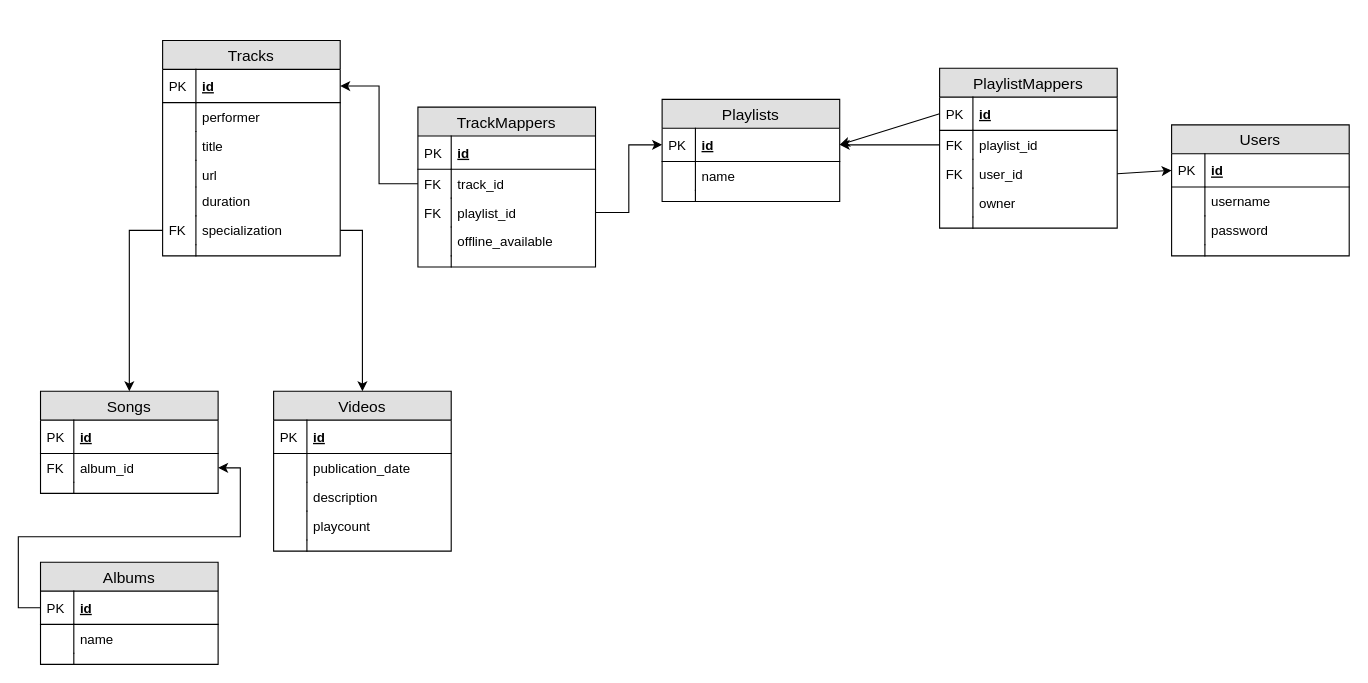
The draw.io diagram Docs/db.drawio in lthoedt/spotitube, before the edit. Source tidied: cells renumbered, new cells numbered last; positions are measured from the earlier drawing's top-left corner, leaving out a move shared by most shapes. Both pictures are drawn from the tidied source at 111%, with x=0, y=0 at pixel (40, 40).
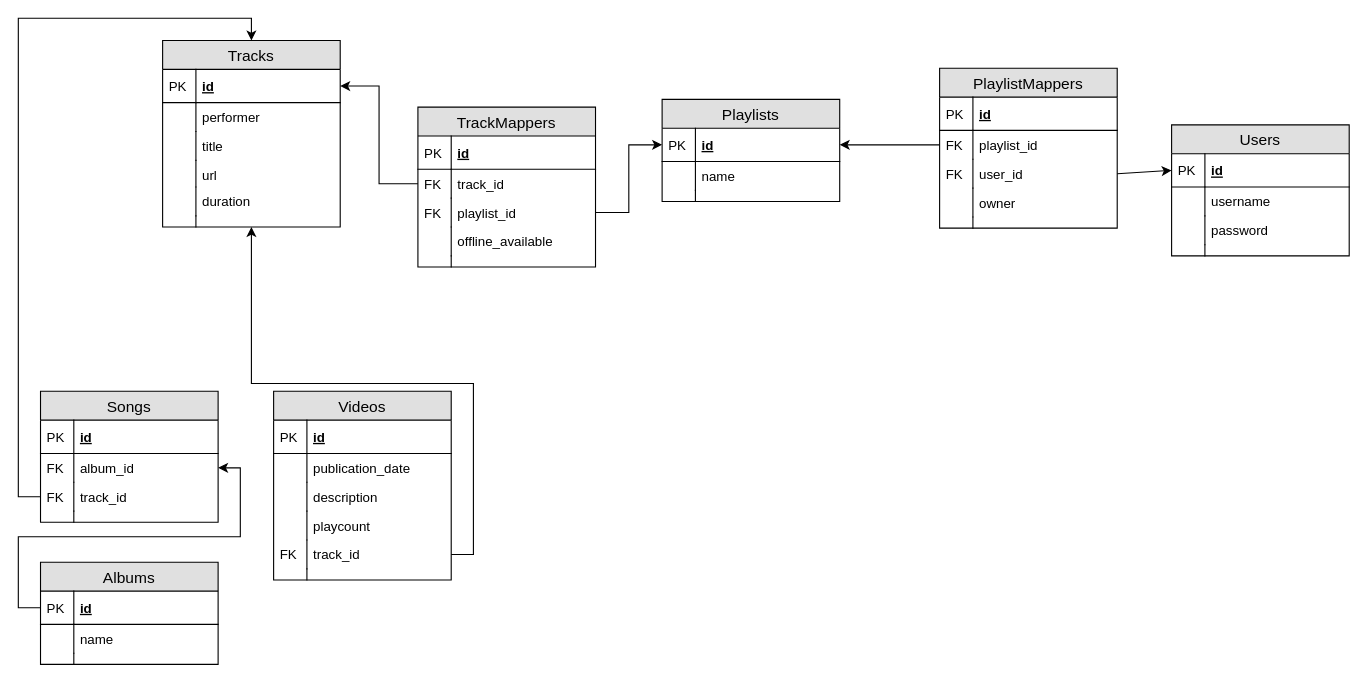
The same diagram, later.

The change refers to these unchanged cells:
```xml
<mxCell id="36" value="id" style="shape=partialRectangle;top=0;left=0;right=0;bottom=1;align=left;verticalAlign=middle;fillColor=none;spacingLeft=34;spacingRight=4;overflow=hidden;points=[[0,0.5],[1,0.5]];portConstraint=eastwest;fontStyle=5;fontSize=12;" parent="35" vertex="1">
  <mxGeometry y="26" width="160" height="30" as="geometry" />
</mxCell>
<mxCell id="66" value="id" style="shape=partialRectangle;top=0;left=0;right=0;bottom=1;align=left;verticalAlign=middle;fillColor=none;spacingLeft=34;spacingRight=4;overflow=hidden;points=[[0,0.5],[1,0.5]];portConstraint=eastwest;fontStyle=5;fontSize=12;" parent="65" vertex="1">
  <mxGeometry y="26" width="160" height="30" as="geometry" />
</mxCell>
```

What changed in the source:
```diff
@@
     <mxCell id="2" value="Songs" style="swimlane;fontStyle=0;horizontal=1;startSize=26;fillColor=#e0e0e0;swimlaneFillColor=#ffffff;align=center;fontSize=14;" parent="1" vertex="1">
-      <mxGeometry y="316" width="160" height="92" as="geometry" />
+      <mxGeometry y="316" width="160" height="118" as="geometry" />
     </mxCell>
@@
+    <mxCell id="88" value="track_id" style="shape=partialRectangle;top=0;left=0;right=0;bottom=0;align=left;verticalAlign=top;fillColor=none;spacingLeft=34;spacingRight=4;overflow=hidden;points=[[0,0.5],[1,0.5]];portConstraint=eastwest;fontSize=12;" parent="2" vertex="1">
+      <mxGeometry y="82" width="160" height="26" as="geometry" />
+    </mxCell>
+    <mxCell id="89" value="FK" style="shape=partialRectangle;top=0;left=0;bottom=0;fillColor=none;align=left;verticalAlign=top;spacingLeft=4;spacingRight=4;overflow=hidden;fontSize=12;" parent="88" vertex="1">
+      <mxGeometry width="30" height="26" as="geometry" />
+    </mxCell>
     <mxCell id="7" style="shape=partialRectangle;top=0;left=0;right=0;bottom=0;align=left;verticalAlign=top;fillColor=none;spacingLeft=34;spacingRight=4;overflow=hidden;fontSize=12;" parent="2" vertex="1">
-      <mxGeometry y="82" width="160" height="10" as="geometry" />
+      <mxGeometry y="108" width="160" height="10" as="geometry" />
     </mxCell>
@@
     <mxCell id="9" value="Videos" style="swimlane;fontStyle=0;horizontal=1;startSize=26;fillColor=#e0e0e0;swimlaneFillColor=#ffffff;align=center;fontSize=14;" parent="1" vertex="1">
-      <mxGeometry x="210" y="316" width="160" height="144" as="geometry" />
+      <mxGeometry x="210" y="316" width="160" height="170" as="geometry" />
     </mxCell>
@@
+    <mxCell id="90" value="track_id" style="shape=partialRectangle;top=0;left=0;right=0;bottom=0;align=left;verticalAlign=top;fillColor=none;spacingLeft=34;spacingRight=4;overflow=hidden;points=[[0,0.5],[1,0.5]];portConstraint=eastwest;fontSize=12;" parent="9" vertex="1">
+      <mxGeometry y="134" width="160" height="26" as="geometry" />
+    </mxCell>
+    <mxCell id="91" value="FK" style="shape=partialRectangle;top=0;left=0;bottom=0;fillColor=none;align=left;verticalAlign=top;spacingLeft=4;spacingRight=4;overflow=hidden;fontSize=12;" parent="90" vertex="1">
+      <mxGeometry width="30" height="26" as="geometry" />
+    </mxCell>
     <mxCell id="18" style="shape=partialRectangle;top=0;left=0;right=0;bottom=0;align=left;verticalAlign=top;fillColor=none;spacingLeft=34;spacingRight=4;overflow=hidden;fontSize=12;" parent="9" vertex="1">
-      <mxGeometry y="134" width="160" height="10" as="geometry" />
+      <mxGeometry y="160" width="160" height="10" as="geometry" />
     </mxCell>
@@
     <mxCell id="20" value="Tracks" style="swimlane;fontStyle=0;horizontal=1;startSize=26;fillColor=#e0e0e0;swimlaneFillColor=#ffffff;align=center;fontSize=14;" parent="1" vertex="1">
-      <mxGeometry x="110" width="160" height="194" as="geometry" />
+      <mxGeometry x="110" width="160" height="168" as="geometry" />
     </mxCell>
@@
-    <mxCell id="31" value="specialization" style="shape=partialRectangle;top=0;left=0;right=0;bottom=0;align=left;verticalAlign=top;fillColor=none;spacingLeft=34;spacingRight=4;overflow=hidden;points=[[0,0.5],[1,0.5]];portConstraint=eastwest;fontSize=12;" parent="20" vertex="1">
-      <mxGeometry y="158" width="160" height="26" as="geometry" />
-    </mxCell>
-    <mxCell id="32" value="FK" style="shape=partialRectangle;top=0;left=0;bottom=0;fillColor=none;align=left;verticalAlign=top;spacingLeft=4;spacingRight=4;overflow=hidden;fontSize=12;" parent="31" vertex="1">
-      <mxGeometry width="30" height="26" as="geometry" />
-    </mxCell>
     <mxCell id="33" style="shape=partialRectangle;top=0;left=0;right=0;bottom=0;align=left;verticalAlign=top;fillColor=none;spacingLeft=34;spacingRight=4;overflow=hidden;fontSize=12;" parent="20" vertex="1">
-      <mxGeometry y="184" width="160" height="10" as="geometry" />
+      <mxGeometry y="158" width="160" height="10" as="geometry" />
     </mxCell>
@@
-    <mxCell id="63" style="edgeStyle=orthogonalEdgeStyle;rounded=0;jettySize=auto;html=1;exitX=1;exitY=0.5;exitDx=0;exitDy=0;" parent="1" edge="1" source="31" target="9">
-      <mxGeometry relative="1" as="geometry" />
-    </mxCell>
-    <mxCell id="64" style="edgeStyle=orthogonalEdgeStyle;rounded=0;jettySize=auto;html=1;exitX=0;exitY=0.5;exitDx=0;exitDy=0;" parent="1" edge="1" source="31" target="2">
-      <mxGeometry relative="1" as="geometry" />
-    </mxCell>
@@
-    <mxCell id="77" style="edgeStyle=none;rounded=0;jettySize=auto;html=1;exitX=0;exitY=0.5;exitDx=0;exitDy=0;entryX=1;entryY=0.5;entryDx=0;entryDy=0;" parent="1" edge="1" source="66" target="36">
-      <mxGeometry relative="1" as="geometry" />
-    </mxCell>
@@
+    <mxCell id="92" style="edgeStyle=orthogonalEdgeStyle;rounded=0;jettySize=auto;html=1;exitX=0;exitY=0.5;exitDx=0;exitDy=0;entryX=0.5;entryY=0;entryDx=0;entryDy=0;" parent="1" edge="1" source="88" target="20">
+      <mxGeometry relative="1" as="geometry" />
+    </mxCell>
+    <mxCell id="93" style="edgeStyle=orthogonalEdgeStyle;rounded=0;jettySize=auto;html=1;exitX=1;exitY=0.5;exitDx=0;exitDy=0;" parent="1" edge="1" source="90" target="20">
+      <mxGeometry relative="1" as="geometry" />
+    </mxCell>
```
